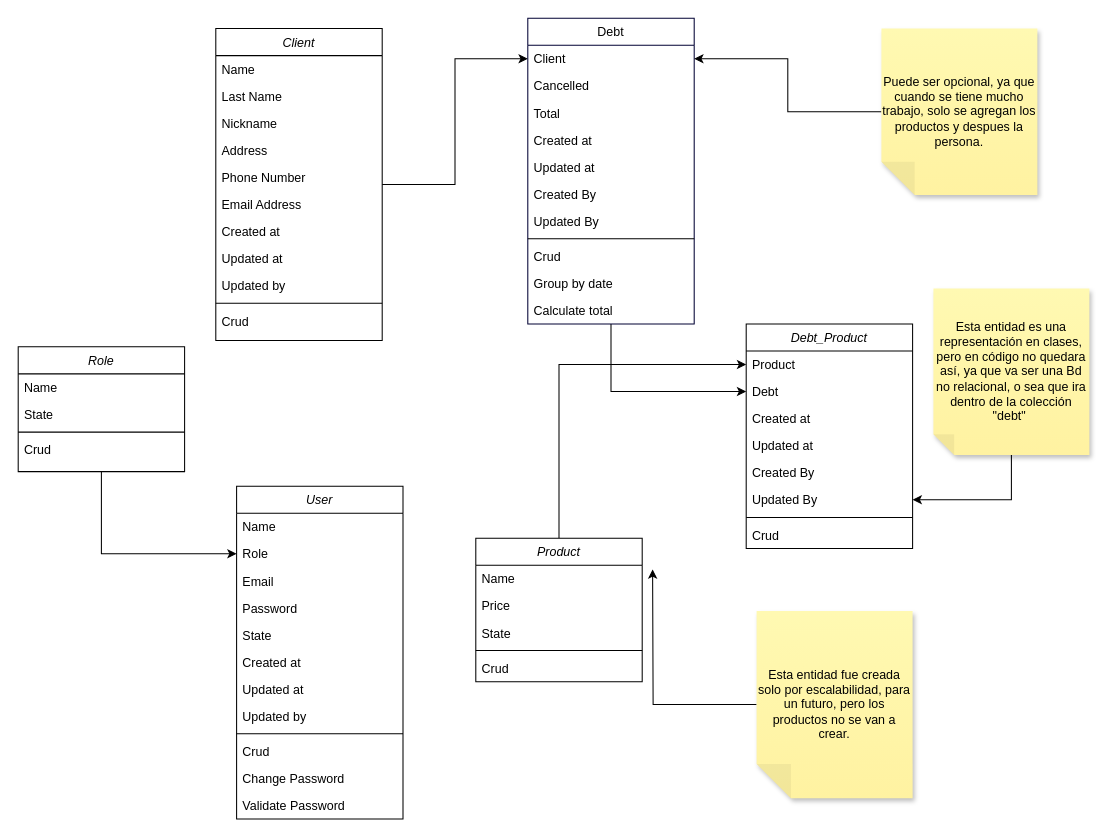
Above: Diagrama sin título.drawio in JohnatanRamos/debt-control-api (draw.io), before the change. Source tidied: cells renumbered, new cells numbered last; positions are measured from the earlier drawing's top-left corner, leaving out a move shared by most shapes. Both pictures are drawn from the tidied source at 104%, with x=0, y=0 at pixel (18, 18).
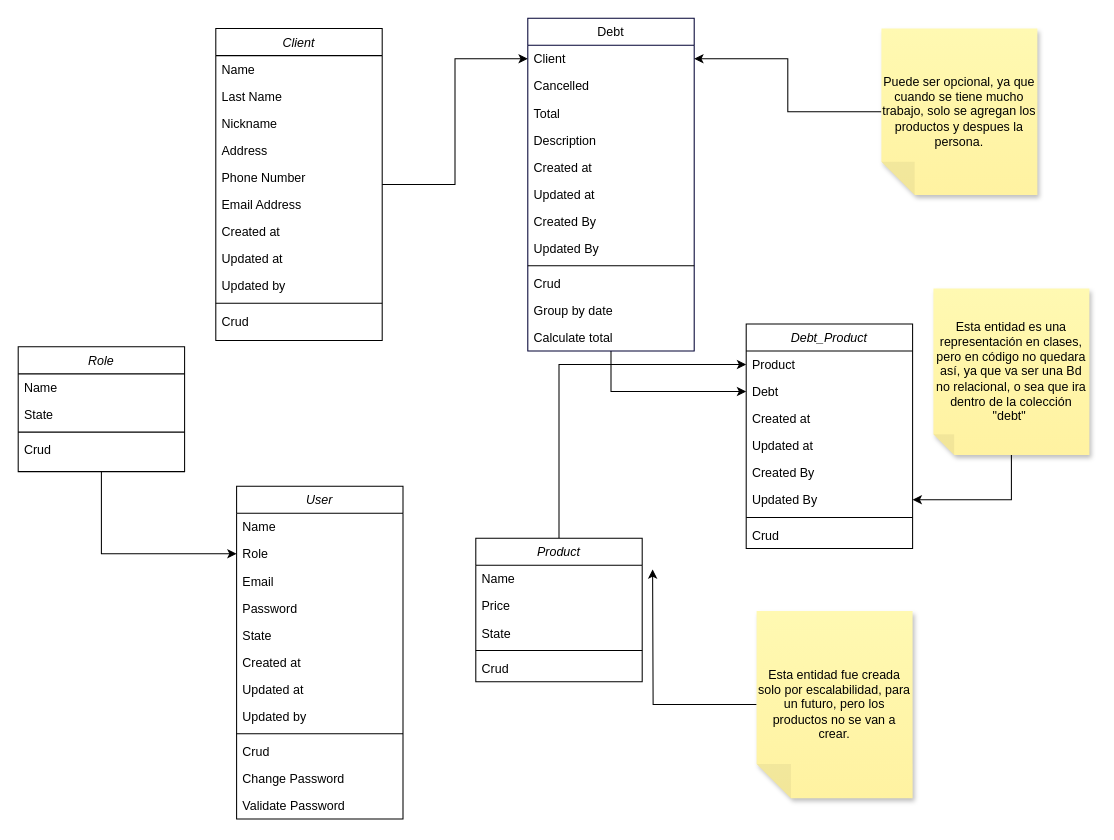
The same page after the edit.

Commit message:
Se agrega campo descripción.drawio

Diff of the diagram source:
```diff
@@
     <mxCell id="16" value="Debt" style="swimlane;fontStyle=0;align=center;verticalAlign=top;horizontal=1;startSize=26;rounded=0;shadow=0;strokeWidth=1;strokeColor=#000033;labelBorderColor=none;" parent="1" vertex="1">
-      <mxGeometry x="490" width="160" height="294" as="geometry" />
+      <mxGeometry x="490" width="160" height="320" as="geometry" />
     </mxCell>
@@
+    <mxCell id="69" value="Description" style="text;align=left;verticalAlign=top;spacingLeft=4;spacingRight=4;overflow=hidden;labelBorderColor=none;" parent="16" vertex="1">
+      <mxGeometry y="104" width="160" height="26" as="geometry" />
+    </mxCell>
     <mxCell id="20" value="Created at" style="text;align=left;verticalAlign=top;spacingLeft=4;spacingRight=4;overflow=hidden;labelBorderColor=none;" parent="16" vertex="1">
-      <mxGeometry y="104" width="160" height="26" as="geometry" />
+      <mxGeometry y="130" width="160" height="26" as="geometry" />
     </mxCell>
     <mxCell id="21" value="Updated at" style="text;align=left;verticalAlign=top;spacingLeft=4;spacingRight=4;overflow=hidden;rounded=0;shadow=0;html=0;labelBorderColor=none;" parent="16" vertex="1">
-      <mxGeometry y="130" width="160" height="26" as="geometry" />
+      <mxGeometry y="156" width="160" height="26" as="geometry" />
     </mxCell>
     <mxCell id="22" value="Created By" style="text;align=left;verticalAlign=top;spacingLeft=4;spacingRight=4;overflow=hidden;rounded=0;shadow=0;html=0;labelBorderColor=none;" parent="16" vertex="1">
-      <mxGeometry y="156" width="160" height="26" as="geometry" />
+      <mxGeometry y="182" width="160" height="26" as="geometry" />
     </mxCell>
     <mxCell id="23" value="Updated By" style="text;align=left;verticalAlign=top;spacingLeft=4;spacingRight=4;overflow=hidden;rounded=0;shadow=0;html=0;labelBorderColor=none;" parent="16" vertex="1">
-      <mxGeometry y="182" width="160" height="26" as="geometry" />
+      <mxGeometry y="208" width="160" height="26" as="geometry" />
     </mxCell>
     <mxCell id="24" style="line;html=1;strokeWidth=1;align=left;verticalAlign=middle;spacingTop=-1;spacingLeft=3;spacingRight=3;labelPosition=right;labelBorderColor=none;" parent="16" vertex="1">
-      <mxGeometry y="208" width="160" height="8" as="geometry" />
+      <mxGeometry y="234" width="160" height="8" as="geometry" />
     </mxCell>
     <mxCell id="25" value="Crud" style="text;align=left;verticalAlign=top;spacingLeft=4;spacingRight=4;overflow=hidden;labelBorderColor=none;" parent="16" vertex="1">
-      <mxGeometry y="216" width="160" height="26" as="geometry" />
+      <mxGeometry y="242" width="160" height="26" as="geometry" />
     </mxCell>
     <mxCell id="26" value="Group by date" style="text;align=left;verticalAlign=top;spacingLeft=4;spacingRight=4;overflow=hidden;labelBorderColor=none;" parent="16" vertex="1">
-      <mxGeometry y="242" width="160" height="26" as="geometry" />
+      <mxGeometry y="268" width="160" height="26" as="geometry" />
     </mxCell>
     <mxCell id="27" value="Calculate total" style="text;align=left;verticalAlign=top;spacingLeft=4;spacingRight=4;overflow=hidden;labelBorderColor=none;" parent="16" vertex="1">
-      <mxGeometry y="268" width="160" height="26" as="geometry" />
+      <mxGeometry y="294" width="160" height="26" as="geometry" />
     </mxCell>
```
